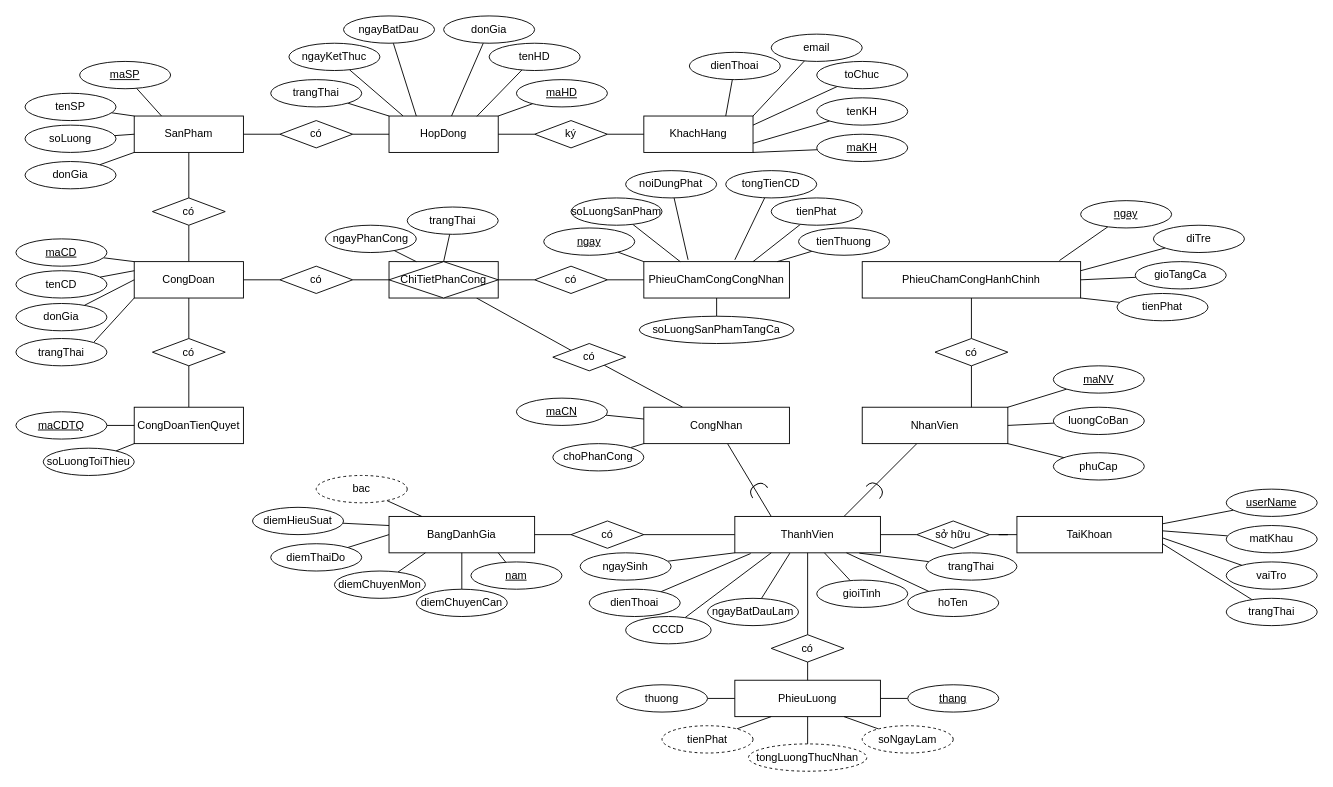
Above: page "EER" (2 of 3) of diagrams/diagrams.drawio in TomTom2k/-management-of-a-ceramic-processing-company (draw.io), before the change. Source tidied: cells renumbered, new cells numbered last; positions are measured from the earlier drawing's top-left corner, leaving out a move shared by most shapes. Both pictures are drawn from the tidied source at 91%, with x=0, y=0 at pixel (15, 15).
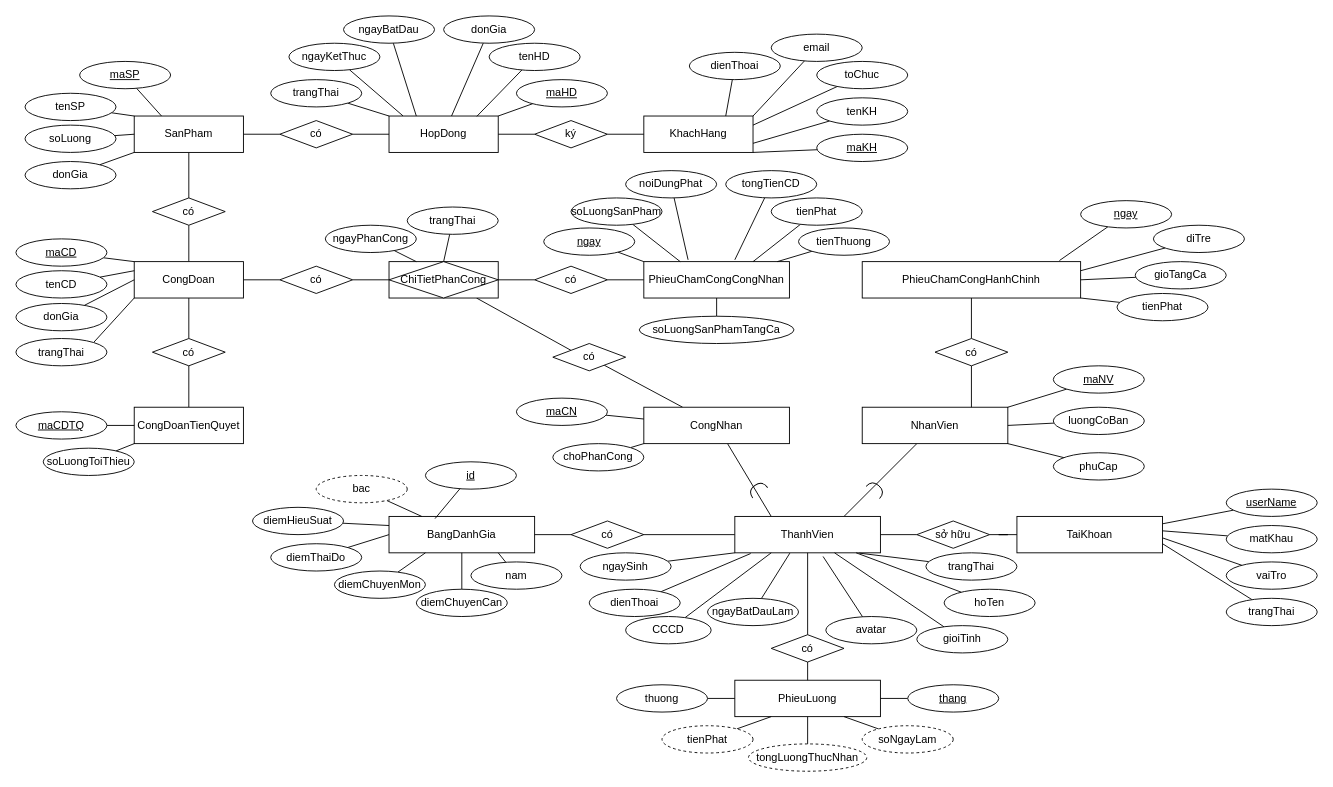
Above is the later version.

Unchanged cells that the change refers to:
```xml
<mxCell id="39" value="BangDanhGia" style="rounded=0;whiteSpace=wrap;html=1;" parent="1" vertex="1">
  <mxGeometry x="410" y="550" width="160" height="40" as="geometry" />
</mxCell>
<mxCell id="42" value="ThanhVien" style="rounded=0;whiteSpace=wrap;html=1;" parent="1" vertex="1">
  <mxGeometry x="790" y="550" width="160" height="40" as="geometry" />
</mxCell>
```

Change to the diagram source:
```diff
@@
     <mxCell id="76" value="hoTen" style="ellipse;whiteSpace=wrap;html=1;align=center;" parent="1" vertex="1">
-      <mxGeometry x="980" y="630" width="100" height="30" as="geometry" />
+      <mxGeometry x="1020" y="630" width="100" height="30" as="geometry" />
     </mxCell>
@@
     <mxCell id="78" value="gioiTinh" style="ellipse;whiteSpace=wrap;html=1;align=center;" parent="1" vertex="1">
-      <mxGeometry x="880" y="620" width="100" height="30" as="geometry" />
+      <mxGeometry x="990" y="670" width="100" height="30" as="geometry" />
     </mxCell>
@@
-    <mxCell id="100" value="nam" style="ellipse;whiteSpace=wrap;html=1;align=center;fontStyle=4;" parent="1" vertex="1">
+    <mxCell id="100" value="nam" style="ellipse;whiteSpace=wrap;html=1;align=center;fontStyle=0;" parent="1" vertex="1">
       <mxGeometry x="500" y="600" width="100" height="30" as="geometry" />
     </mxCell>
@@
+    <mxCell id="176" value="avatar" style="ellipse;whiteSpace=wrap;html=1;align=center;" parent="1" vertex="1">
+      <mxGeometry x="890" y="660" width="100" height="30" as="geometry" />
+    </mxCell>
+    <mxCell id="177" style="rounded=0;jettySize=auto;html=1;entryX=0.606;entryY=1.1;entryDx=0;entryDy=0;entryPerimeter=0;endArrow=none;endFill=0;" parent="1" edge="1" source="176" target="42">
+      <mxGeometry relative="1" as="geometry" />
+    </mxCell>
+    <mxCell id="178" value="id" style="ellipse;whiteSpace=wrap;html=1;align=center;fontStyle=4;" parent="1" vertex="1">
+      <mxGeometry x="450" y="490" width="100" height="30" as="geometry" />
+    </mxCell>
+    <mxCell id="179" style="rounded=0;jettySize=auto;html=1;entryX=0.316;entryY=0.06;entryDx=0;entryDy=0;entryPerimeter=0;endArrow=none;endFill=0;" parent="1" edge="1" source="178" target="39">
+      <mxGeometry relative="1" as="geometry" />
+    </mxCell>
```
